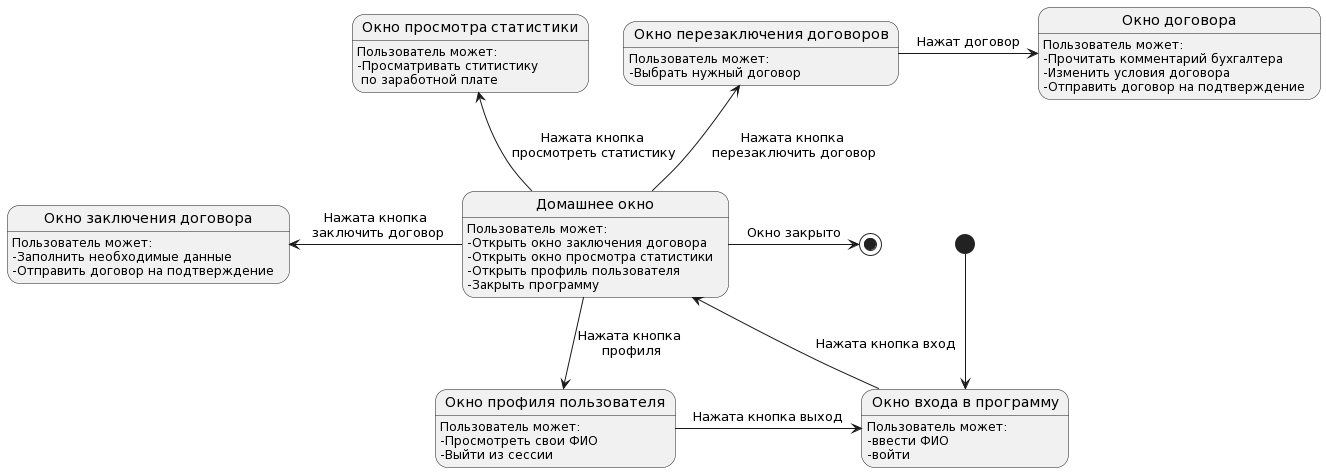
MiFit1/OSOGO keeps this PlantUML diagram as Resource/Диаграммы потоков экрана/Агент.png. Above is the earlier version.
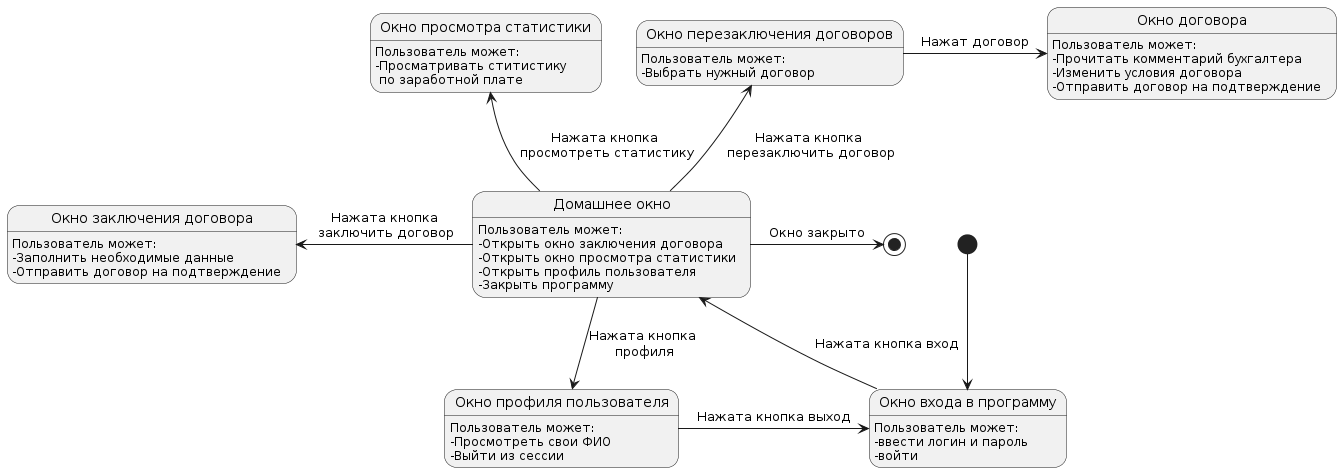
The same diagram one commit later.

What changed in the source:
```diff
@@ -16,7 +16,7 @@
 renewContractWindow : -Выбрать нужный договор
 
 loginWindow : Пользователь может:
-loginWindow : -ввести ФИО
+loginWindow : -ввести логин и пароль
 loginWindow : -войти
 
 homeWindow : Пользователь может:
```
